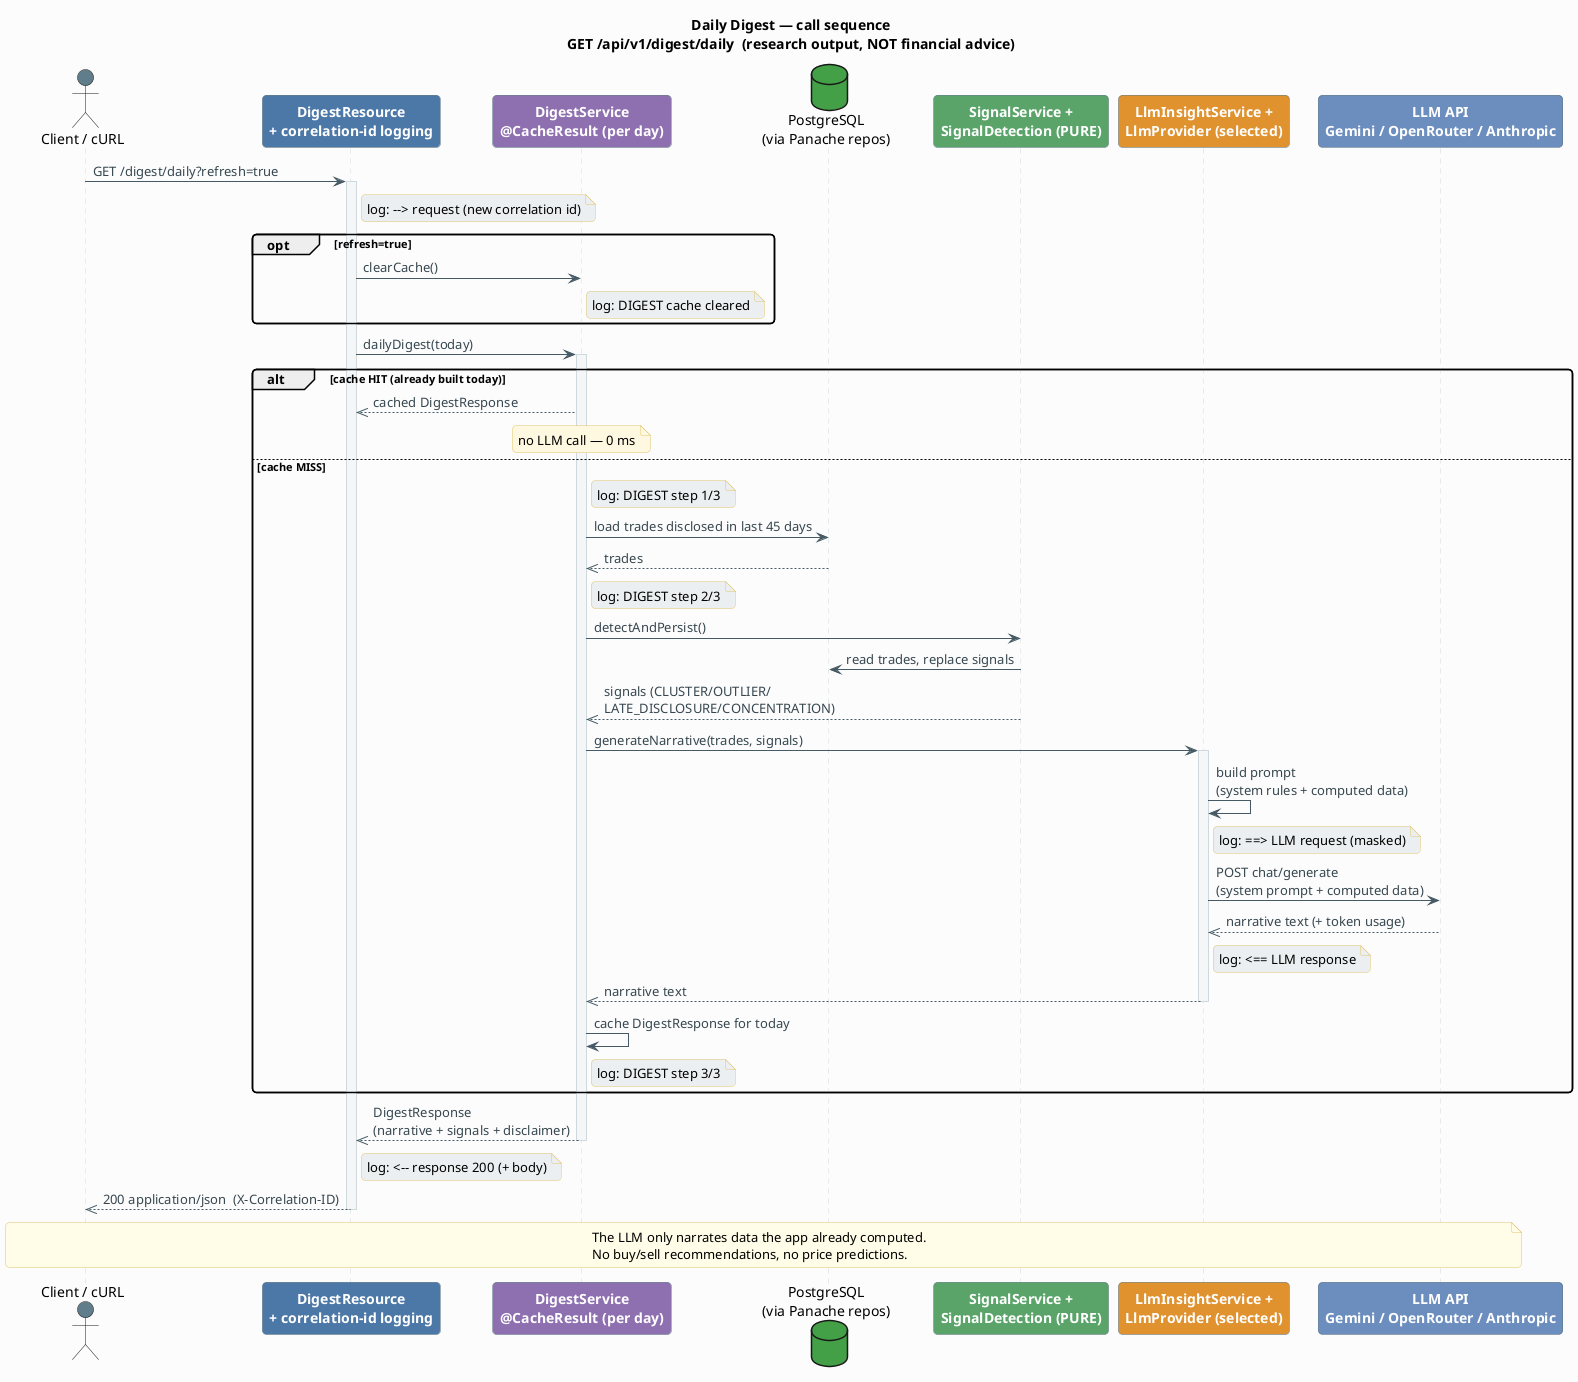
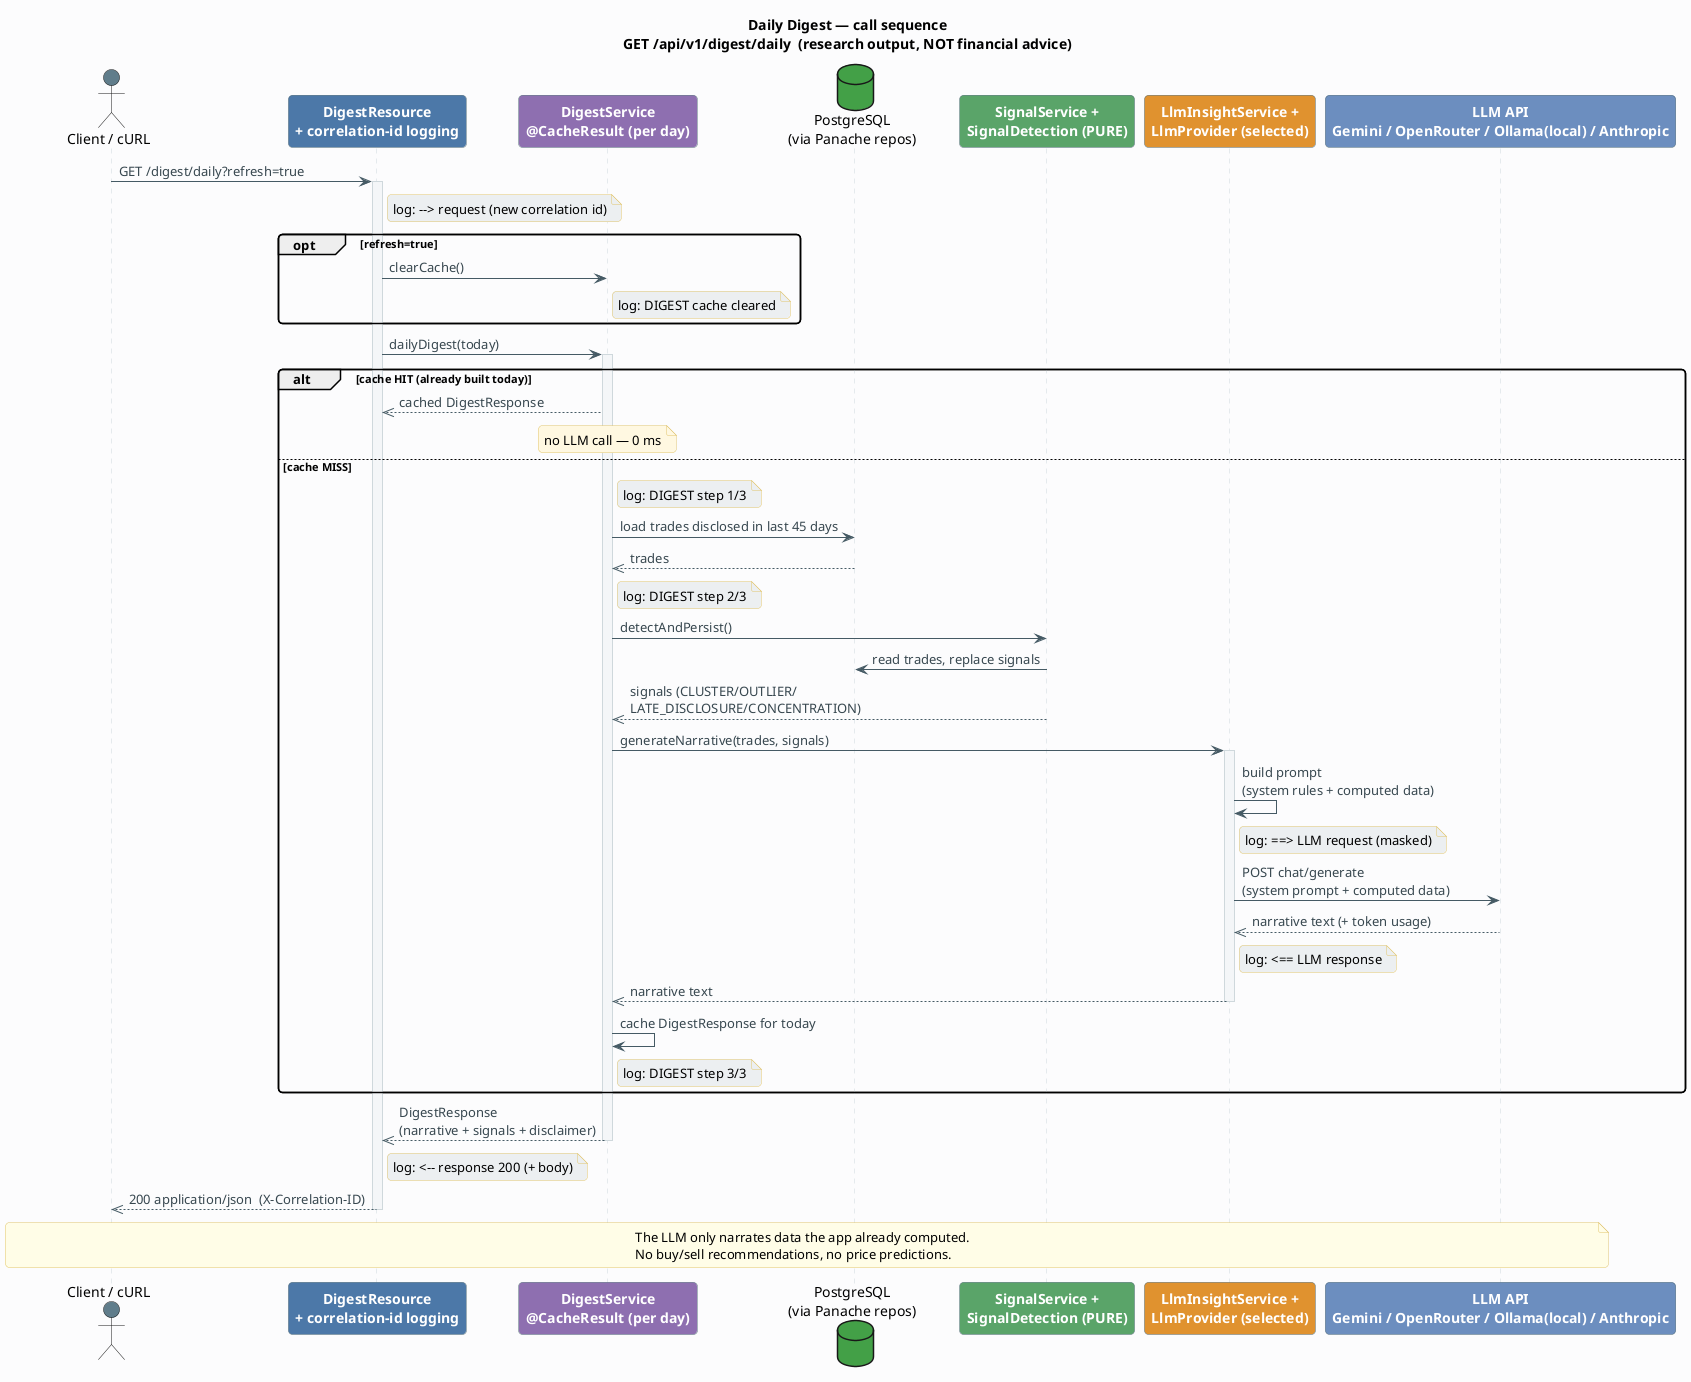
@startuml digest-sequence
title Daily Digest — call sequence\nGET /api/v1/digest/daily  (research output, NOT financial advice)

skinparam backgroundColor #FCFCFD
skinparam shadowing false
skinparam roundcorner 8
skinparam ArrowColor #455A64
skinparam ArrowFontColor #37474F
skinparam sequenceLifeLineBorderColor #CFD8DC
skinparam sequenceLifeLineBackgroundColor #F4F6F8
skinparam noteBackgroundColor #FFF8E1
skinparam noteBorderColor #E0C46C
skinparam participant {
  BorderColor #546E7A
  FontColor #FFFFFF
  FontStyle bold
}

actor "Client / cURL" as C #607D8B
participant "DigestResource\n+ correlation-id logging" as API #4C78A8
participant "DigestService\n@CacheResult (per day)" as DS #8E6FB0
database "PostgreSQL\n(via Panache repos)" as DB #43A047
participant "SignalService +\nSignalDetection (PURE)" as SG #5AA469
participant "LlmInsightService +\nLlmProvider (selected)" as LM #E0922F
- participant "LLM API\nGemini / OpenRouter / Anthropic" as GEM #6C8EBF
+ participant "LLM API\nGemini / OpenRouter / Ollama(local) / Anthropic" as GEM #6C8EBF

C -> API: GET /digest/daily?refresh=true
activate API
note right of API #ECEFF1: log: --> request (new correlation id)

opt refresh=true
  API -> DS: clearCache()
  note right of DS #ECEFF1: log: DIGEST cache cleared
end

API -> DS: dailyDigest(today)
activate DS

alt cache HIT (already built today)
  DS -->> API: cached DigestResponse
  note over DS: no LLM call — 0 ms
else cache MISS
  note right of DS #ECEFF1: log: DIGEST step 1/3
  DS -> DB: load trades disclosed in last 45 days
  DB -->> DS: trades

  note right of DS #ECEFF1: log: DIGEST step 2/3
  DS -> SG: detectAndPersist()
  SG -> DB: read trades, replace signals
  SG -->> DS: signals (CLUSTER/OUTLIER/\nLATE_DISCLOSURE/CONCENTRATION)

  DS -> LM: generateNarrative(trades, signals)
  activate LM
  LM -> LM: build prompt\n(system rules + computed data)
  note right of LM #ECEFF1: log: ==> LLM request (masked)
  LM -> GEM: POST chat/generate\n(system prompt + computed data)
  GEM -->> LM: narrative text (+ token usage)
  note right of LM #ECEFF1: log: <== LLM response
  LM -->> DS: narrative text
  deactivate LM

  DS -> DS: cache DigestResponse for today
  note right of DS #ECEFF1: log: DIGEST step 3/3
end

DS -->> API: DigestResponse\n(narrative + signals + disclaimer)
deactivate DS
note right of API #ECEFF1: log: <-- response 200 (+ body)
API -->> C: 200 application/json  (X-Correlation-ID)
deactivate API

note across #FFFDE7
  The LLM only narrates data the app already computed.
  No buy/sell recommendations, no price predictions.
end note
@enduml
